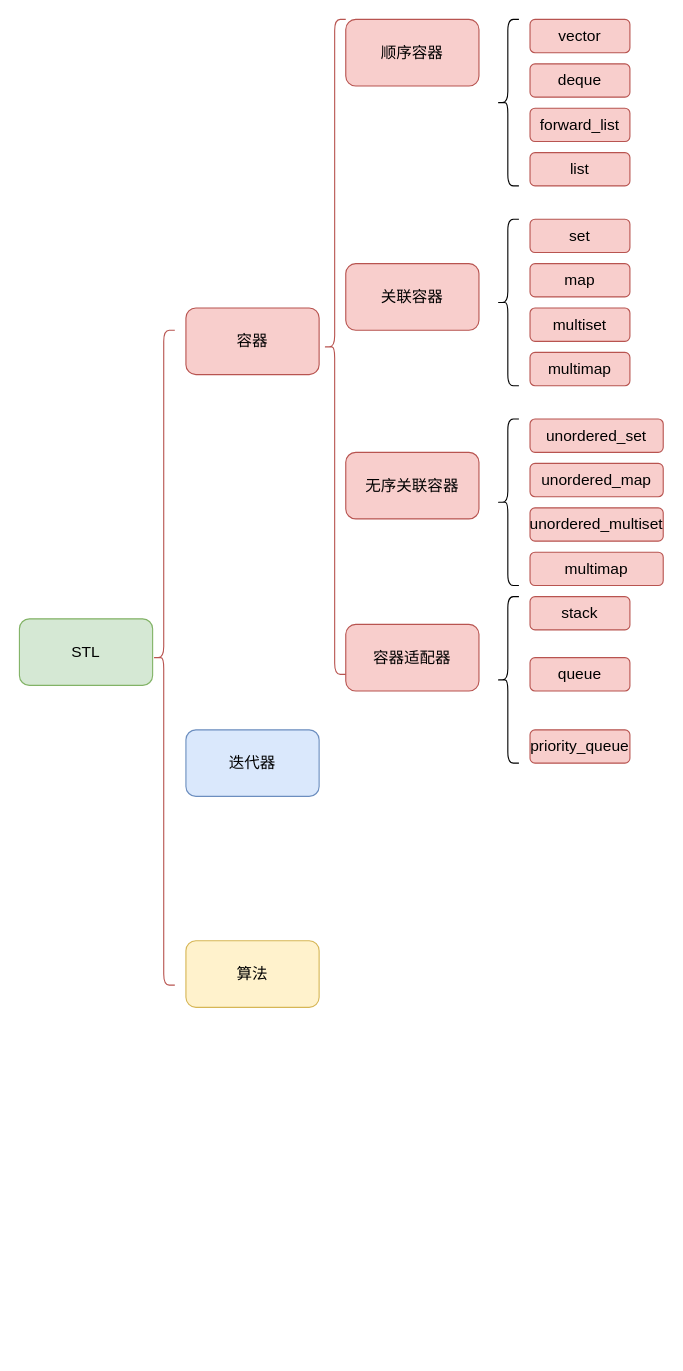
Above: stl容器.drawio in OrangeKitten/nerwork (draw.io), before the change. Source tidied: cells renumbered, new cells numbered last; positions are measured from the earlier drawing's top-left corner, leaving out a move shared by most shapes. Both pictures are drawn from the tidied source at 111%, with x=0, y=0 at pixel (19, 19).
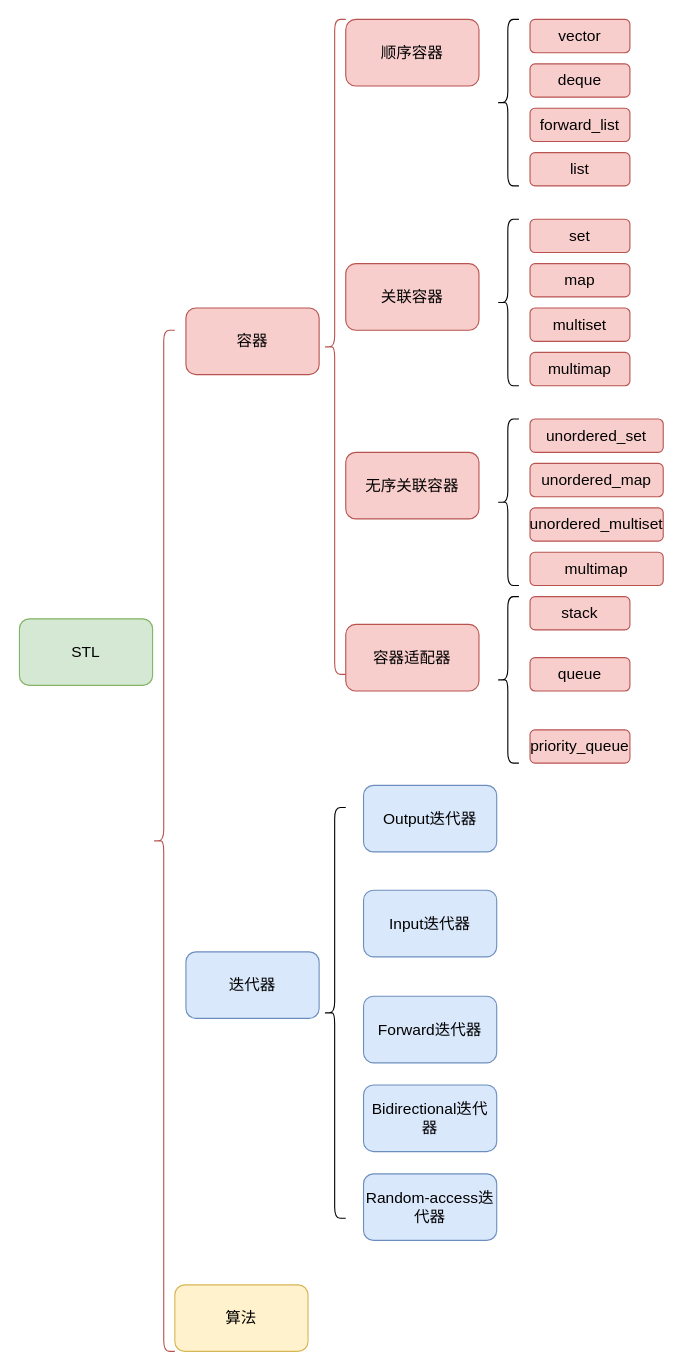
The same page after the edit.

Diff of the diagram source:
```diff
@@
     <mxCell id="6" style="shape=curlyBracket;whiteSpace=wrap;html=1;rounded=1;labelPosition=left;verticalLabelPosition=middle;align=right;verticalAlign=middle;fontSize=14;fillColor=#f8cecc;strokeColor=#b85450;" parent="1" vertex="1">
-      <mxGeometry x="120" y="280" width="20" height="590" as="geometry" />
+      <mxGeometry x="120" y="280" width="20" height="920" as="geometry" />
     </mxCell>
@@
     <mxCell id="9" value="算法" style="rounded=1;whiteSpace=wrap;html=1;fontSize=14;fillColor=#fff2cc;strokeColor=#d6b656;" parent="1" vertex="1">
-      <mxGeometry x="150" y="830" width="120" height="60" as="geometry" />
+      <mxGeometry x="140" y="1140" width="120" height="60" as="geometry" />
     </mxCell>
     <mxCell id="10" value="迭代器" style="rounded=1;whiteSpace=wrap;html=1;fontSize=14;fillColor=#dae8fc;strokeColor=#6c8ebf;" parent="1" vertex="1">
-      <mxGeometry x="150" y="640" width="120" height="60" as="geometry" />
+      <mxGeometry x="150" y="840" width="120" height="60" as="geometry" />
     </mxCell>
@@
+    <mxCell id="31" value="Output迭代器" style="rounded=1;whiteSpace=wrap;html=1;fontSize=14;fillColor=#dae8fc;strokeColor=#6c8ebf;" parent="1" vertex="1">
+      <mxGeometry x="310" y="690" width="120" height="60" as="geometry" />
+    </mxCell>
+    <mxCell id="32" style="shape=curlyBracket;whiteSpace=wrap;html=1;rounded=1;labelPosition=left;verticalLabelPosition=middle;align=right;verticalAlign=middle;" parent="1" vertex="1">
+      <mxGeometry x="274" y="710" width="20" height="370" as="geometry" />
+    </mxCell>
+    <mxCell id="33" value="Input迭代器" style="rounded=1;whiteSpace=wrap;html=1;fontSize=14;fillColor=#dae8fc;strokeColor=#6c8ebf;" parent="1" vertex="1">
+      <mxGeometry x="310" y="784.5" width="120" height="60" as="geometry" />
+    </mxCell>
+    <mxCell id="34" value="Forward迭代器" style="rounded=1;whiteSpace=wrap;html=1;fontSize=14;fillColor=#dae8fc;strokeColor=#6c8ebf;" parent="1" vertex="1">
+      <mxGeometry x="310" y="880" width="120" height="60" as="geometry" />
+    </mxCell>
+    <mxCell id="35" value="Bidirectional迭代器" style="rounded=1;whiteSpace=wrap;html=1;fontSize=14;fillColor=#dae8fc;strokeColor=#6c8ebf;" parent="1" vertex="1">
+      <mxGeometry x="310" y="960" width="120" height="60" as="geometry" />
+    </mxCell>
+    <mxCell id="36" value="Random-access迭代器" style="rounded=1;whiteSpace=wrap;html=1;fontSize=14;fillColor=#dae8fc;strokeColor=#6c8ebf;" parent="1" vertex="1">
+      <mxGeometry x="310" y="1040" width="120" height="60" as="geometry" />
+    </mxCell>
```
